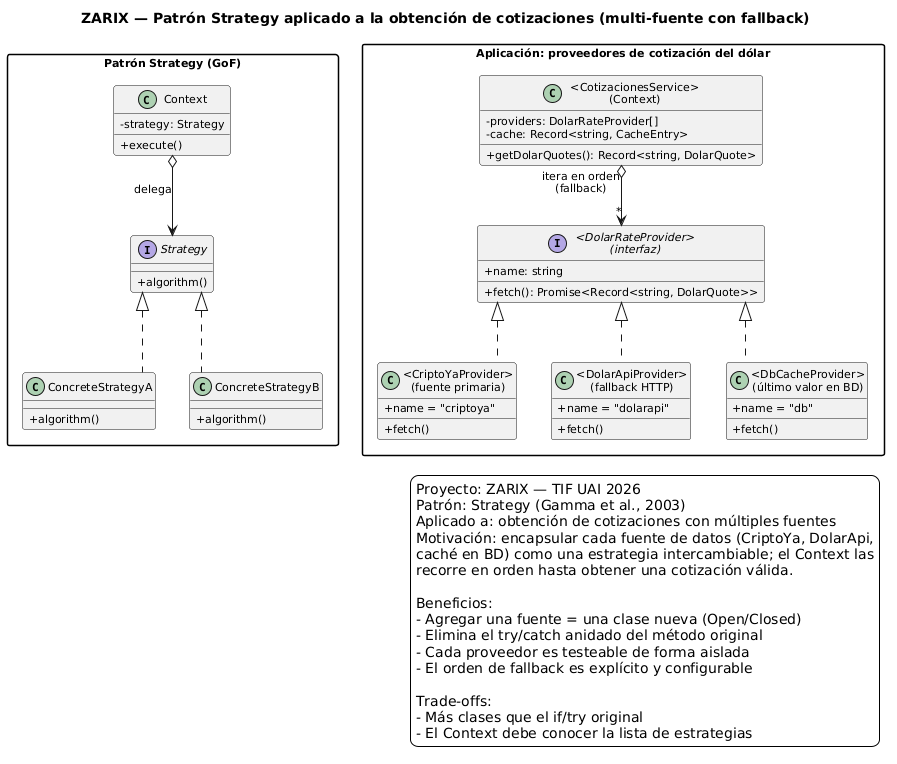
jeffreydtz/zarix keeps this PlantUML diagram as docs/tif/png/fig11_patron_strategy.png. Above is the earlier version. Source of this version:
```plantuml
@startuml
title ZARIX — Patrón Strategy aplicado a la obtención de cotizaciones (multi-fuente con fallback)

skinparam shadowing false
skinparam defaultFontName Arial
skinparam defaultFontSize 11
skinparam linetype ortho
skinparam backgroundColor white
skinparam classAttributeIconSize 0
skinparam packageStyle rectangle

package "Patrón Strategy (GoF)" {
    interface "Strategy" as Strat {
        +algorithm()
    }
    class "Context" as Ctx {
        -strategy: Strategy
        +execute()
    }
    class "ConcreteStrategyA" as CSA {
        +algorithm()
    }
    class "ConcreteStrategyB" as CSB {
        +algorithm()
    }

    Ctx o--> Strat : delega
    Strat <|.. CSA
    Strat <|.. CSB
}

package "Aplicación: proveedores de cotización del dólar" {
    interface "<DolarRateProvider>\n(interfaz)" as Provider {
        +name: string
        +fetch(): Promise<Record<string, DolarQuote>>
    }
    class "<CotizacionesService>\n(Context)" as Service {
        -providers: DolarRateProvider[]
        -cache: Record<string, CacheEntry>
        +getDolarQuotes(): Record<string, DolarQuote>
    }
    class "<CriptoYaProvider>\n(fuente primaria)" as CriptoYa {
        +name = "criptoya"
        +fetch()
    }
    class "<DolarApiProvider>\n(fallback HTTP)" as DolarApi {
        +name = "dolarapi"
        +fetch()
    }
    class "<DbCacheProvider>\n(último valor en BD)" as DbCache {
        +name = "db"
        +fetch()
    }

    Service o--> "*" Provider : itera en orden\n(fallback)
    Provider <|.. CriptoYa
    Provider <|.. DolarApi
    Provider <|.. DbCache
}

legend right
Proyecto: ZARIX — TIF UAI 2026
Patrón: Strategy (Gamma et al., 2003)
Aplicado a: obtención de cotizaciones con múltiples fuentes
Motivación: encapsular cada fuente de datos (CriptoYa, DolarApi,
caché en BD) como una estrategia intercambiable; el Context las
recorre en orden hasta obtener una cotización válida.

Beneficios:
- Agregar una fuente = una clase nueva (Open/Closed)
- Elimina el try/catch anidado del método original
- Cada proveedor es testeable de forma aislada
- El orden de fallback es explícito y configurable

Trade-offs:
- Más clases que el if/try original
- El Context debe conocer la lista de estrategias
endlegend
@enduml
```
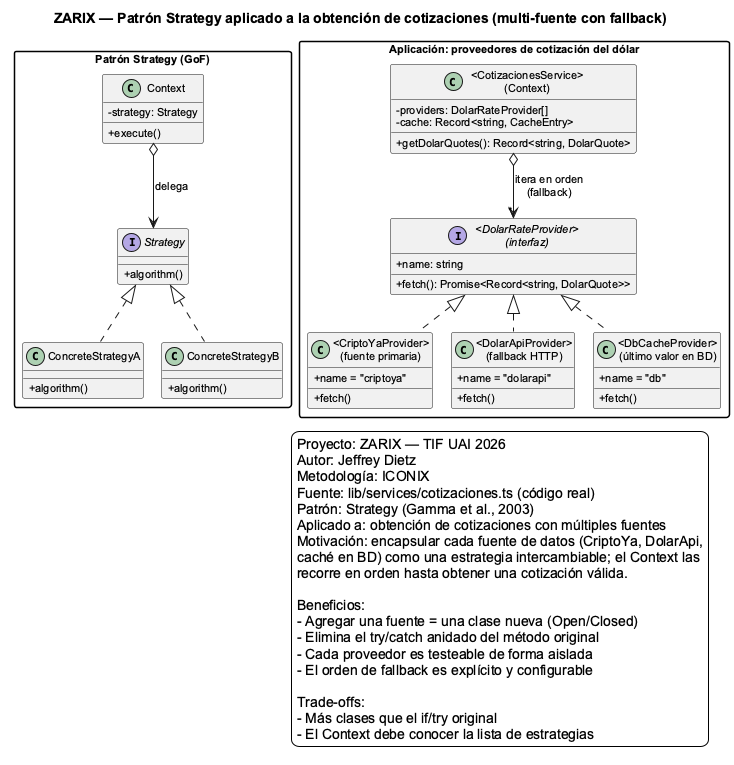
After the change.

The edit, as a diff of the source:
```diff
@@ -1,4 +1,5 @@
-@startuml
+@startuml D-PAT-STRATEGY-001 — Patrón Strategy aplicado a Cotizaciones
+!pragma layout smetana
 title ZARIX — Patrón Strategy aplicado a la obtención de cotizaciones (multi-fuente con fallback)
 
 skinparam shadowing false
@@ -60,6 +61,9 @@
 
 legend right
 Proyecto: ZARIX — TIF UAI 2026
+Autor: Jeffrey Dietz
+Metodología: ICONIX
+Fuente: lib/services/cotizaciones.ts (código real)
 Patrón: Strategy (Gamma et al., 2003)
 Aplicado a: obtención de cotizaciones con múltiples fuentes
 Motivación: encapsular cada fuente de datos (CriptoYa, DolarApi,
@@ -76,4 +80,5 @@
 - Más clases que el if/try original
 - El Context debe conocer la lista de estrategias
 endlegend
+
 @enduml
```
